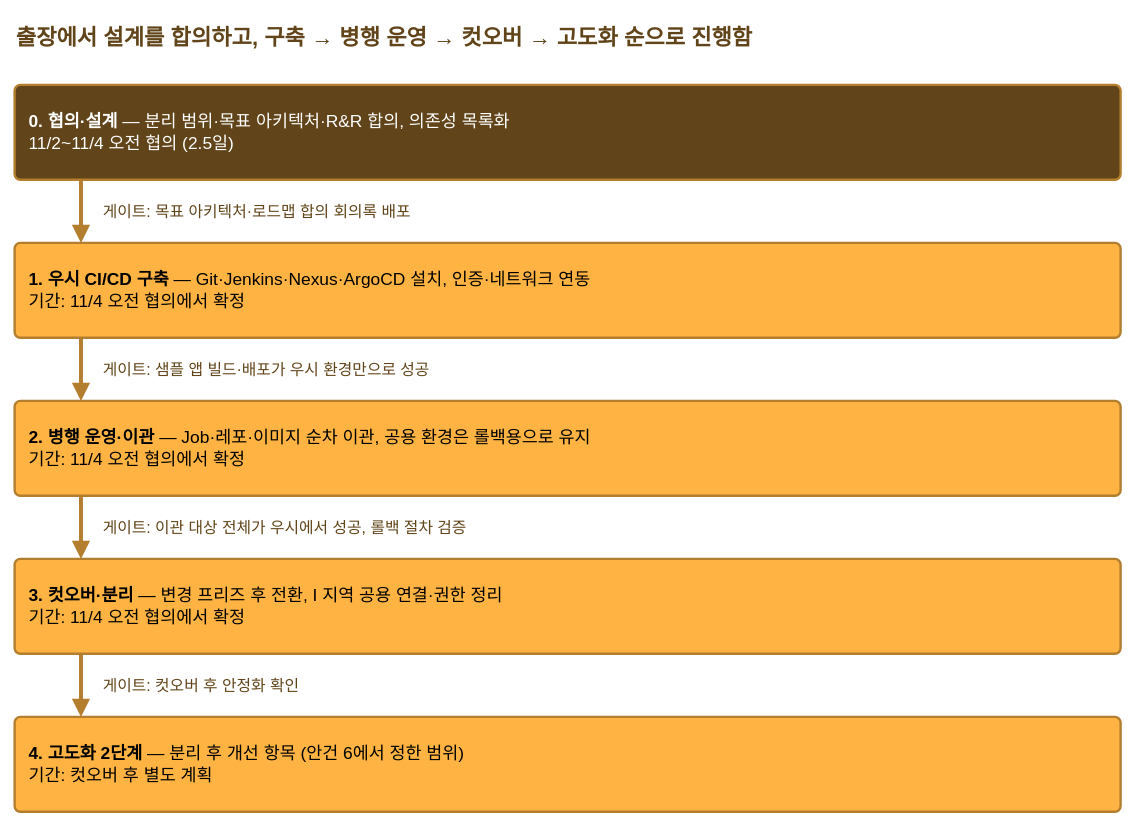
riverjin839/devopser keeps this draw.io diagram as page "로드맵" (2 of 2) of wuxi-cicd-separation/wuxi-cicd-separation.drawio. Above is the earlier version. Source tidied: cells renumbered, new cells numbered last; positions are measured from the earlier drawing's top-left corner, leaving out a move shared by most shapes. Both pictures are drawn from the tidied source at 79%, with x=0, y=0 at pixel (14, 13).
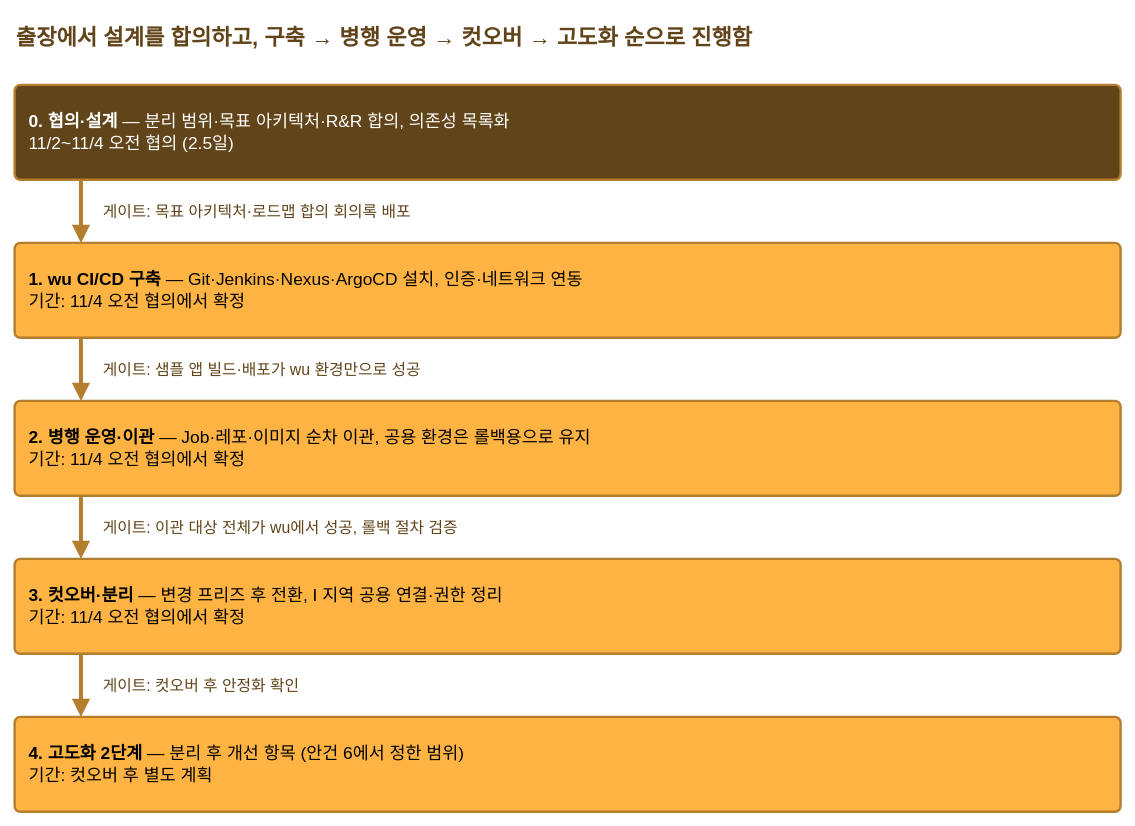
The same page after the edit.

What changed in the source:
```diff
@@
 <mxGraphModel>
   <root>
     <mxCell id="0" />
     <mxCell id="1" parent="0" />
     <mxCell id="2" value="&lt;b&gt;출장에서 설계를 합의하고, 구축 → 병행 운영 → 컷오버 → 고도화 순으로 진행함&lt;/b&gt;" style="text;html=1;whiteSpace=wrap;fontSize=28;fontStyle=0;align=left;verticalAlign=middle;fontColor=#614419;strokeColor=none;fillColor=none;" parent="1" vertex="1">
       <mxGeometry width="1400" height="60" as="geometry" />
     </mxCell>
     <mxCell id="3" value="&lt;b&gt;0. 협의·설계&lt;/b&gt; — 분리 범위·목표 아키텍처·R&amp;amp;R 합의, 의존성 목록화&lt;br&gt;11/2~11/4 오전 협의 (2.5일)" style="rounded=1;arcSize=6;whiteSpace=wrap;html=1;fillColor=#614419;strokeColor=#B37E2E;strokeWidth=3;fontColor=#FFFFFF;fontSize=22;align=left;verticalAlign=middle;spacingLeft=16;spacingRight=16;" parent="1" vertex="1">
       <mxGeometry y="90" width="1400" height="120" as="geometry" />
     </mxCell>
-    <mxCell id="4" value="&lt;b&gt;1. 우시 CI/CD 구축&lt;/b&gt; — Git·Jenkins·Nexus·ArgoCD 설치, 인증·네트워크 연동&lt;br&gt;기간: 11/4 오전 협의에서 확정" style="rounded=1;arcSize=6;whiteSpace=wrap;html=1;fillColor=#FFB343;strokeColor=#B37E2E;strokeWidth=3;fontColor=#000000;fontSize=22;align=left;verticalAlign=middle;spacingLeft=16;spacingRight=16;" parent="1" vertex="1">
+    <mxCell id="4" value="&lt;b&gt;1. wu CI/CD 구축&lt;/b&gt; — Git·Jenkins·Nexus·ArgoCD 설치, 인증·네트워크 연동&lt;br&gt;기간: 11/4 오전 협의에서 확정" style="rounded=1;arcSize=6;whiteSpace=wrap;html=1;fillColor=#FFB343;strokeColor=#B37E2E;strokeWidth=3;fontColor=#000000;fontSize=22;align=left;verticalAlign=middle;spacingLeft=16;spacingRight=16;" parent="1" vertex="1">
       <mxGeometry y="290" width="1400" height="120" as="geometry" />
     </mxCell>
     <mxCell id="5" value="&lt;b&gt;2. 병행 운영·이관&lt;/b&gt; — Job·레포·이미지 순차 이관, 공용 환경은 롤백용으로 유지&lt;br&gt;기간: 11/4 오전 협의에서 확정" style="rounded=1;arcSize=6;whiteSpace=wrap;html=1;fillColor=#FFB343;strokeColor=#B37E2E;strokeWidth=3;fontColor=#000000;fontSize=22;align=left;verticalAlign=middle;spacingLeft=16;spacingRight=16;" parent="1" vertex="1">
       <mxGeometry y="490" width="1400" height="120" as="geometry" />
     </mxCell>
     <mxCell id="6" value="&lt;b&gt;3. 컷오버·분리&lt;/b&gt; — 변경 프리즈 후 전환, I 지역 공용 연결·권한 정리&lt;br&gt;기간: 11/4 오전 협의에서 확정" style="rounded=1;arcSize=6;whiteSpace=wrap;html=1;fillColor=#FFB343;strokeColor=#B37E2E;strokeWidth=3;fontColor=#000000;fontSize=22;align=left;verticalAlign=middle;spacingLeft=16;spacingRight=16;" parent="1" vertex="1">
       <mxGeometry y="690" width="1400" height="120" as="geometry" />
     </mxCell>
     <mxCell id="7" value="&lt;b&gt;4. 고도화 2단계&lt;/b&gt; — 분리 후 개선 항목 (안건 6에서 정한 범위)&lt;br&gt;기간: 컷오버 후 별도 계획" style="rounded=1;arcSize=6;whiteSpace=wrap;html=1;fillColor=#FFB343;strokeColor=#B37E2E;strokeWidth=3;fontColor=#000000;fontSize=22;align=left;verticalAlign=middle;spacingLeft=16;spacingRight=16;" parent="1" vertex="1">
       <mxGeometry y="890" width="1400" height="120" as="geometry" />
     </mxCell>
     <mxCell id="8" style="edgeStyle=orthogonalEdgeStyle;rounded=0;html=1;strokeColor=#B37E2E;strokeWidth=5;endArrow=block;endFill=1;endSize=10;exitX=0.06;exitY=1;entryX=0.06;entryY=0;" parent="1" edge="1" source="3" target="4">
       <mxGeometry relative="1" as="geometry" />
     </mxCell>
     <mxCell id="9" value="게이트: 목표 아키텍처·로드맵 합의 회의록 배포" style="text;html=1;whiteSpace=wrap;fontSize=20;fontStyle=0;align=left;verticalAlign=middle;fontColor=#614419;strokeColor=none;fillColor=none;" parent="1" vertex="1">
       <mxGeometry x="110" y="220" width="1000" height="60" as="geometry" />
     </mxCell>
     <mxCell id="10" style="edgeStyle=orthogonalEdgeStyle;rounded=0;html=1;strokeColor=#B37E2E;strokeWidth=5;endArrow=block;endFill=1;endSize=10;exitX=0.06;exitY=1;entryX=0.06;entryY=0;" parent="1" edge="1" source="4" target="5">
       <mxGeometry relative="1" as="geometry" />
     </mxCell>
-    <mxCell id="11" value="게이트: 샘플 앱 빌드·배포가 우시 환경만으로 성공" style="text;html=1;whiteSpace=wrap;fontSize=20;fontStyle=0;align=left;verticalAlign=middle;fontColor=#614419;strokeColor=none;fillColor=none;" parent="1" vertex="1">
+    <mxCell id="11" value="게이트: 샘플 앱 빌드·배포가 wu 환경만으로 성공" style="text;html=1;whiteSpace=wrap;fontSize=20;fontStyle=0;align=left;verticalAlign=middle;fontColor=#614419;strokeColor=none;fillColor=none;" parent="1" vertex="1">
       <mxGeometry x="110" y="420" width="1000" height="60" as="geometry" />
     </mxCell>
     <mxCell id="12" style="edgeStyle=orthogonalEdgeStyle;rounded=0;html=1;strokeColor=#B37E2E;strokeWidth=5;endArrow=block;endFill=1;endSize=10;exitX=0.06;exitY=1;entryX=0.06;entryY=0;" parent="1" edge="1" source="5" target="6">
       <mxGeometry relative="1" as="geometry" />
     </mxCell>
-    <mxCell id="13" value="게이트: 이관 대상 전체가 우시에서 성공, 롤백 절차 검증" style="text;html=1;whiteSpace=wrap;fontSize=20;fontStyle=0;align=left;verticalAlign=middle;fontColor=#614419;strokeColor=none;fillColor=none;" parent="1" vertex="1">
+    <mxCell id="13" value="게이트: 이관 대상 전체가 wu에서 성공, 롤백 절차 검증" style="text;html=1;whiteSpace=wrap;fontSize=20;fontStyle=0;align=left;verticalAlign=middle;fontColor=#614419;strokeColor=none;fillColor=none;" parent="1" vertex="1">
       <mxGeometry x="110" y="620" width="1000" height="60" as="geometry" />
     </mxCell>
     <mxCell id="14" style="edgeStyle=orthogonalEdgeStyle;rounded=0;html=1;strokeColor=#B37E2E;strokeWidth=5;endArrow=block;endFill=1;endSize=10;exitX=0.06;exitY=1;entryX=0.06;entryY=0;" parent="1" edge="1" source="6" target="7">
       <mxGeometry relative="1" as="geometry" />
     </mxCell>
     <mxCell id="15" value="게이트: 컷오버 후 안정화 확인" style="text;html=1;whiteSpace=wrap;fontSize=20;fontStyle=0;align=left;verticalAlign=middle;fontColor=#614419;strokeColor=none;fillColor=none;" parent="1" vertex="1">
       <mxGeometry x="110" y="820" width="1000" height="60" as="geometry" />
     </mxCell>
   </root>
 </mxGraphModel>
```
